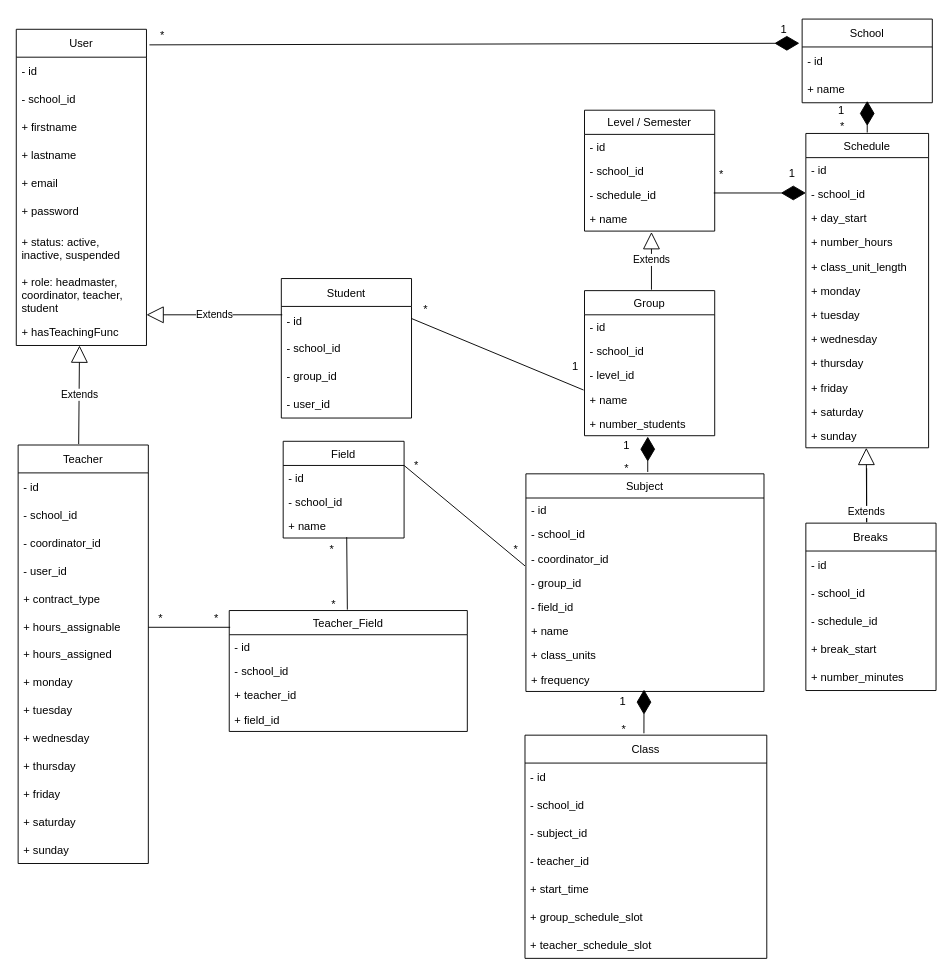
The draw.io diagram stages/3_Design/entities/entities_UML.drawio in JeromeVargas/schedule_maker, before the edit. Source tidied: cells renumbered, new cells numbered last; positions are measured from the earlier drawing's top-left corner, leaving out a move shared by most shapes. Both pictures are drawn from the tidied source at 93%, with x=0, y=0 at pixel (16, 16).
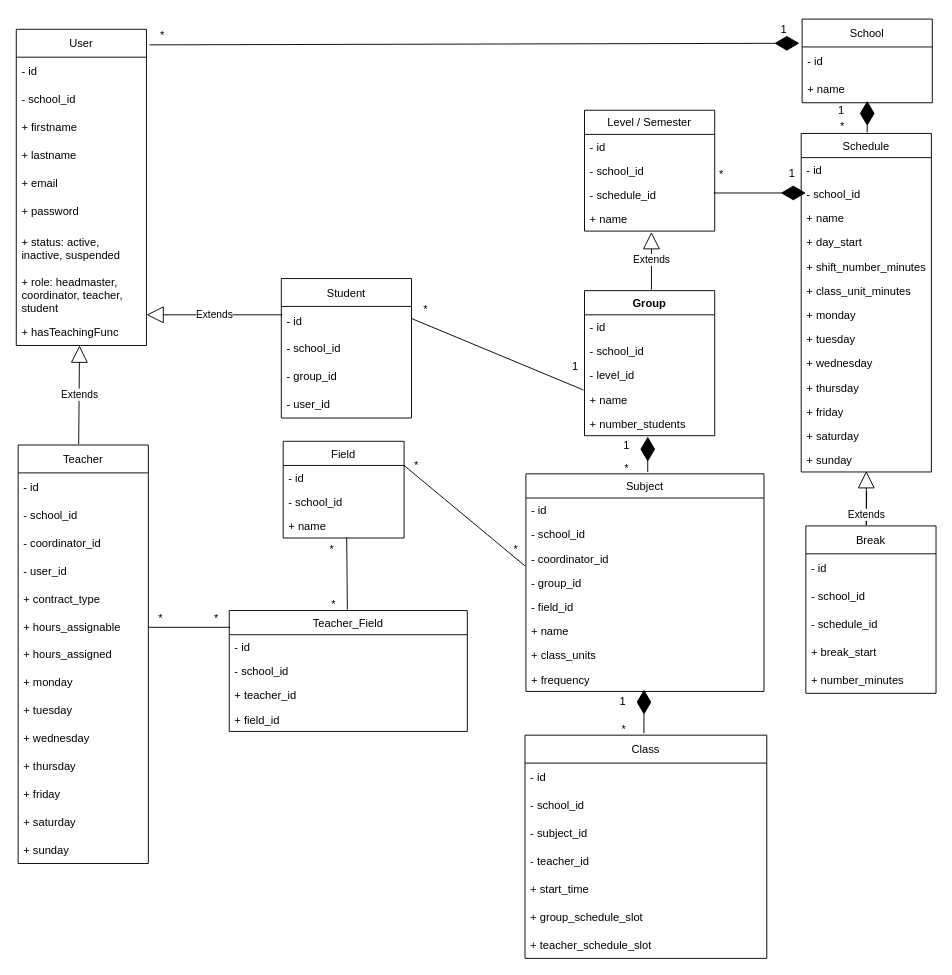
The same diagram, later.

Diff of the diagram source:
```diff
@@
     <mxCell id="16" value="Schedule" style="swimlane;fontStyle=0;horizontal=1;startSize=26;fillColor=none;" parent="1" vertex="1">
-      <mxGeometry x="849" y="126" width="132" height="338" as="geometry" />
+      <mxGeometry x="844" y="126" width="140" height="364" as="geometry" />
     </mxCell>
     <mxCell id="17" value="- id" style="text;strokeColor=none;fillColor=none;align=left;verticalAlign=top;spacingLeft=4;spacingRight=4;overflow=hidden;" parent="16" vertex="1">
-      <mxGeometry y="26" width="132" height="26" as="geometry" />
+      <mxGeometry y="26" width="140" height="26" as="geometry" />
     </mxCell>
     <mxCell id="18" value="- school_id" style="text;strokeColor=none;fillColor=none;align=left;verticalAlign=top;spacingLeft=4;spacingRight=4;overflow=hidden;" parent="16" vertex="1">
-      <mxGeometry y="52" width="132" height="26" as="geometry" />
+      <mxGeometry y="52" width="140" height="26" as="geometry" />
     </mxCell>
+    <mxCell id="122" value="+ name" style="text;strokeColor=none;fillColor=none;align=left;verticalAlign=top;spacingLeft=4;spacingRight=4;overflow=hidden;" parent="16" vertex="1">
+      <mxGeometry y="78" width="140" height="26" as="geometry" />
+    </mxCell>
     <mxCell id="19" value="+ day_start" style="text;strokeColor=none;fillColor=none;align=left;verticalAlign=top;spacingLeft=4;spacingRight=4;overflow=hidden;" parent="16" vertex="1">
-      <mxGeometry y="78" width="132" height="26" as="geometry" />
+      <mxGeometry y="104" width="140" height="26" as="geometry" />
     </mxCell>
-    <mxCell id="20" value="+ number_hours" style="text;strokeColor=none;fillColor=none;align=left;verticalAlign=top;spacingLeft=4;spacingRight=4;overflow=hidden;" parent="16" vertex="1">
-      <mxGeometry y="104" width="132" height="26" as="geometry" />
+    <mxCell id="20" value="+ shift_number_minutes" style="text;strokeColor=none;fillColor=none;align=left;verticalAlign=top;spacingLeft=4;spacingRight=4;overflow=hidden;" parent="16" vertex="1">
+      <mxGeometry y="130" width="140" height="26" as="geometry" />
     </mxCell>
-    <mxCell id="21" value="+ class_unit_length" style="text;strokeColor=none;fillColor=none;align=left;verticalAlign=top;spacingLeft=4;spacingRight=4;overflow=hidden;" parent="16" vertex="1">
-      <mxGeometry y="130" width="132" height="26" as="geometry" />
+    <mxCell id="21" value="+ class_unit_minutes" style="text;strokeColor=none;fillColor=none;align=left;verticalAlign=top;spacingLeft=4;spacingRight=4;overflow=hidden;" parent="16" vertex="1">
+      <mxGeometry y="156" width="140" height="26" as="geometry" />
     </mxCell>
     <mxCell id="22" value="+ monday&#10;" style="text;strokeColor=none;fillColor=none;align=left;verticalAlign=top;spacingLeft=4;spacingRight=4;overflow=hidden;" parent="16" vertex="1">
-      <mxGeometry y="156" width="132" height="26" as="geometry" />
+      <mxGeometry y="182" width="140" height="26" as="geometry" />
     </mxCell>
     <mxCell id="23" value="+ tuesday&#10;" style="text;strokeColor=none;fillColor=none;align=left;verticalAlign=top;spacingLeft=4;spacingRight=4;overflow=hidden;" parent="16" vertex="1">
-      <mxGeometry y="182" width="132" height="26" as="geometry" />
+      <mxGeometry y="208" width="140" height="26" as="geometry" />
     </mxCell>
     <mxCell id="24" value="+ wednesday&#10;" style="text;strokeColor=none;fillColor=none;align=left;verticalAlign=top;spacingLeft=4;spacingRight=4;overflow=hidden;" parent="16" vertex="1">
-      <mxGeometry y="208" width="132" height="26" as="geometry" />
+      <mxGeometry y="234" width="140" height="26" as="geometry" />
     </mxCell>
     <mxCell id="25" value="+ thursday&#10;" style="text;strokeColor=none;fillColor=none;align=left;verticalAlign=top;spacingLeft=4;spacingRight=4;overflow=hidden;" parent="16" vertex="1">
-      <mxGeometry y="234" width="132" height="26" as="geometry" />
+      <mxGeometry y="260" width="140" height="26" as="geometry" />
     </mxCell>
     <mxCell id="26" value="+ friday&#10;" style="text;strokeColor=none;fillColor=none;align=left;verticalAlign=top;spacingLeft=4;spacingRight=4;overflow=hidden;" parent="16" vertex="1">
-      <mxGeometry y="260" width="132" height="26" as="geometry" />
+      <mxGeometry y="286" width="140" height="26" as="geometry" />
     </mxCell>
     <mxCell id="27" value="+ saturday&#10;" style="text;strokeColor=none;fillColor=none;align=left;verticalAlign=top;spacingLeft=4;spacingRight=4;overflow=hidden;" parent="16" vertex="1">
-      <mxGeometry y="286" width="132" height="26" as="geometry" />
+      <mxGeometry y="312" width="140" height="26" as="geometry" />
     </mxCell>
     <mxCell id="28" value="+ sunday&#10;" style="text;strokeColor=none;fillColor=none;align=left;verticalAlign=top;spacingLeft=4;spacingRight=4;overflow=hidden;" parent="16" vertex="1">
-      <mxGeometry y="312" width="132" height="26" as="geometry" />
+      <mxGeometry y="338" width="140" height="26" as="geometry" />
     </mxCell>
-    <mxCell id="29" value="Breaks" style="swimlane;fontStyle=0;horizontal=1;startSize=30;" parent="1" vertex="1">
-      <mxGeometry x="849" y="545" width="140" height="180" as="geometry" />
+    <mxCell id="29" value="Break" style="swimlane;fontStyle=0;horizontal=1;startSize=30;" parent="1" vertex="1">
+      <mxGeometry x="849" y="548" width="140" height="180" as="geometry" />
     </mxCell>
@@
     <mxCell id="84" value="Extends" style="endArrow=block;endSize=16;endFill=0;html=1;rounded=0;exitX=0.5;exitY=0;exitDx=0;exitDy=0;" parent="1" edge="1">
       <mxGeometry relative="1" as="geometry">
-        <mxPoint x="914.4" y="486" as="sourcePoint" />
-        <mxPoint x="914" y="464" as="targetPoint" />
+        <mxPoint x="914.4" y="511" as="sourcePoint" />
+        <mxPoint x="914" y="489" as="targetPoint" />
         <Array as="points">
-          <mxPoint x="914.4" y="544" />
+          <mxPoint x="914" y="547" />
         </Array>
       </mxGeometry>
     </mxCell>
@@
-    <mxCell id="111" value="Group" style="swimlane;fontStyle=0;horizontal=1;startSize=26;fillColor=none;" parent="1" vertex="1">
+    <mxCell id="111" value="Group" style="swimlane;fontStyle=1;horizontal=1;startSize=26;fillColor=none;" parent="1" vertex="1">
       <mxGeometry x="611" y="295" width="140" height="156" as="geometry" />
     </mxCell>
```
